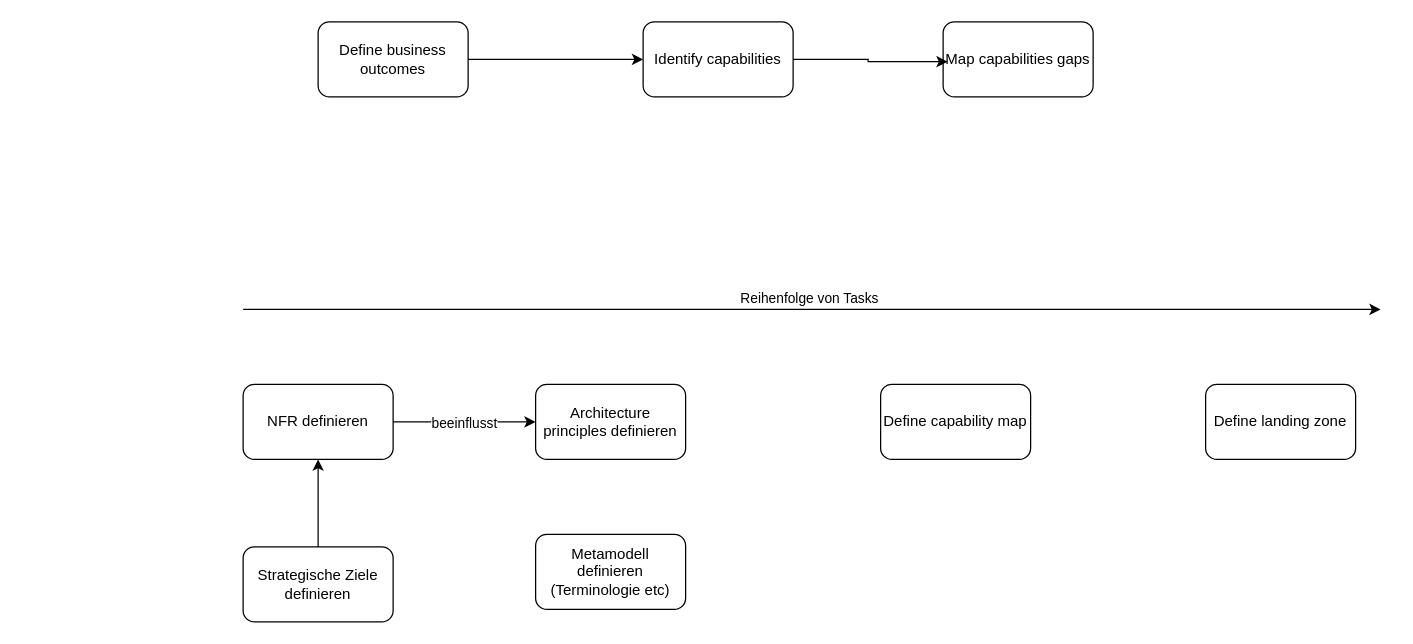
Earlier version of the draw.io diagram graphics/ip6-ideation.drawio (frithjofhoppe/aitw-report). Source tidied: cells renumbered, new cells numbered last; positions are measured from the earlier drawing's top-left corner, leaving out a move shared by most shapes. Both pictures are drawn from the tidied source at 125%, with x=0, y=0 at pixel (242, 21).
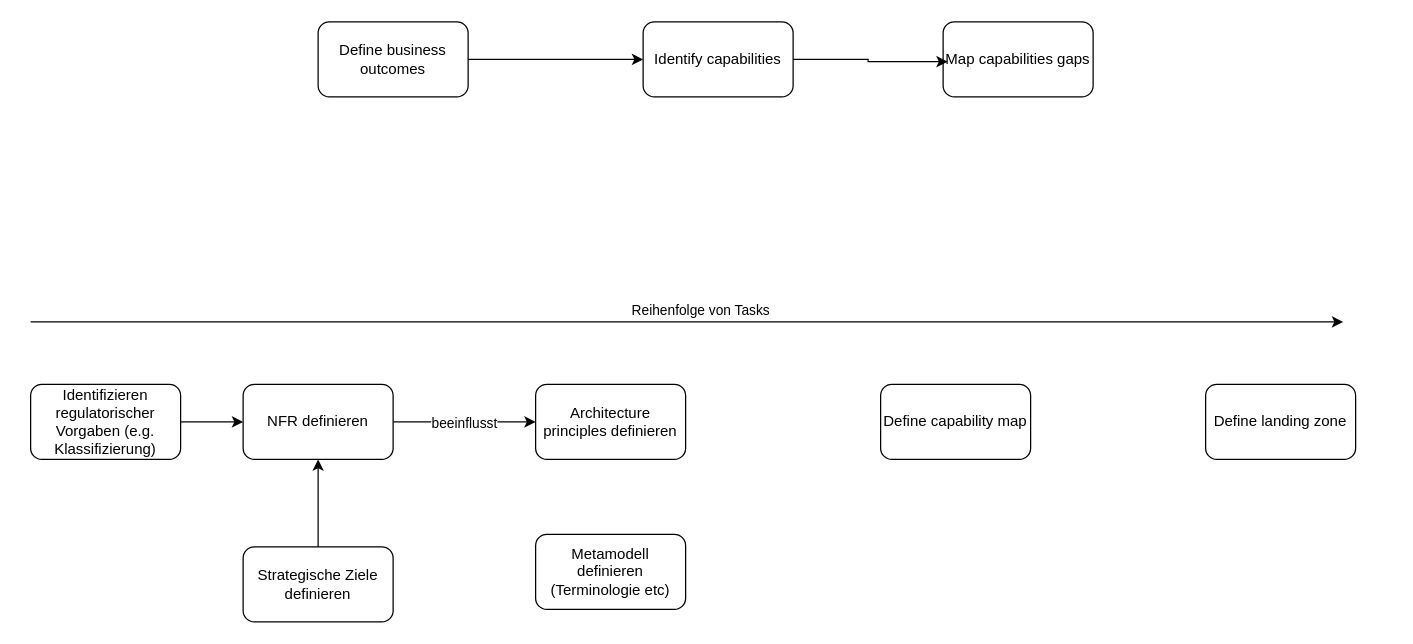
After the change.

The change refers to these unchanged cells:
```xml
<mxCell id="11" value="NFR definieren" style="rounded=1;whiteSpace=wrap;html=1;" parent="1" vertex="1">
  <mxGeometry y="290" width="120" height="60" as="geometry" />
</mxCell>
```

The edit, as a diff of the source:
```diff
@@
-    <mxCell id="14" style="endArrow=classic;html=2;rounded=0;" parent="1" edge="1">
-      <mxGeometry relative="1" as="geometry">
-        <mxPoint y="230" as="sourcePoint" />
-        <mxPoint x="910" y="230" as="targetPoint" />
-      </mxGeometry>
-    </mxCell>
-    <mxCell id="15" value="Reihenfolge von Tasks" style="edgeLabel;html=1;align=center;verticalAlign=middle;" parent="14" vertex="1">
-      <mxGeometry x="0.18" y="2" relative="1" as="geometry">
-        <mxPoint x="-85" y="-8" as="offset" />
-      </mxGeometry>
-    </mxCell>
@@
+    <mxCell id="18" style="edgeStyle=orthogonalEdgeStyle;rounded=0;jettySize=auto;html=1;entryX=0;entryY=0.5;entryDx=0;entryDy=0;" parent="1" edge="1" source="19" target="11">
+      <mxGeometry relative="1" as="geometry" />
+    </mxCell>
+    <mxCell id="19" value="&lt;div&gt;Identifizieren regulatorischer Vorgaben (e.g. Klassifizierung)&lt;/div&gt;" style="rounded=1;whiteSpace=wrap;html=1;" parent="1" vertex="1">
+      <mxGeometry x="-170" y="290" width="120" height="60" as="geometry" />
+    </mxCell>
+    <mxCell id="20" style="endArrow=classic;html=2;rounded=0;" parent="1" edge="1">
+      <mxGeometry relative="1" as="geometry">
+        <mxPoint x="-170" y="240" as="sourcePoint" />
+        <mxPoint x="880" y="240" as="targetPoint" />
+      </mxGeometry>
+    </mxCell>
+    <mxCell id="15" value="Reihenfolge von Tasks" style="edgeLabel;html=1;align=center;verticalAlign=middle;" parent="20" vertex="1">
+      <mxGeometry x="0.18" y="2" relative="1" as="geometry">
+        <mxPoint x="-85" y="-8" as="offset" />
+      </mxGeometry>
+    </mxCell>
```
